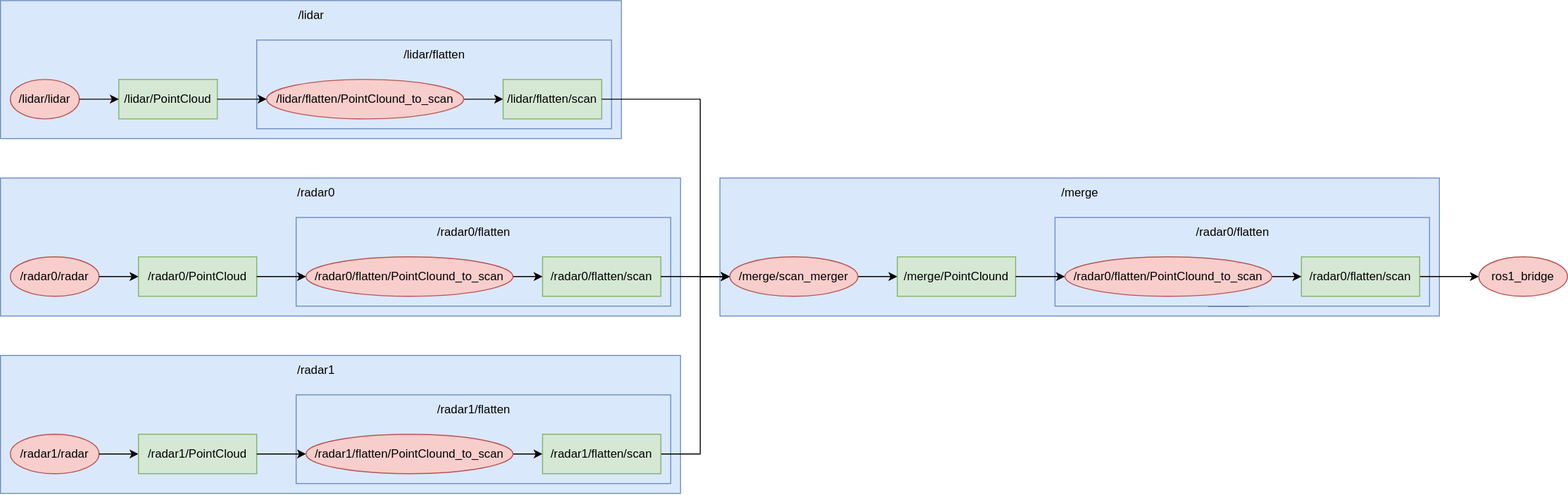
didriknr/Master-thesis-Didrik-Robsrud keeps this draw.io diagram as Figures/draw.io/sipleRqtRos1.drawio.svg. Above is the earlier version. Source tidied: cells renumbered, new cells last; positions are measured from the earlier drawing's top-left corner, leaving out a move shared by most shapes.
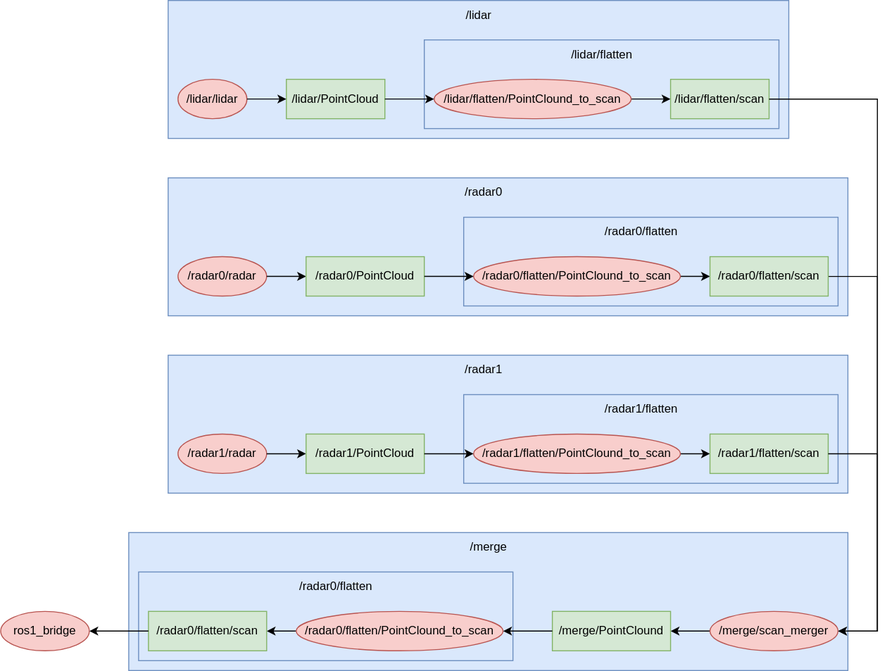
The same diagram one commit later.

Change to the diagram source:
```diff
@@ -2,9 +2,6 @@
   <root>
     <mxCell id="0" />
     <mxCell id="1" parent="0" />
-    <mxCell id="2" style="rounded=0;whiteSpace=wrap;html=1;fillColor=#dae8fc;strokeColor=#6c8ebf;align=center;" parent="1" vertex="1">
-      <mxGeometry x="730" y="180" width="730" height="140" as="geometry" />
-    </mxCell>
     <mxCell id="3" style="rounded=0;whiteSpace=wrap;html=1;fillColor=#dae8fc;strokeColor=#6c8ebf;align=center;" parent="1" vertex="1">
       <mxGeometry y="180" width="690" height="140" as="geometry" />
     </mxCell>
@@ -71,6 +68,14 @@
     <mxCell id="24" value="/radar0/flatten/PointClound_to_scan" style="ellipse;whiteSpace=wrap;html=1;fillColor=#f8cecc;strokeColor=#b85450;" parent="1" vertex="1">
       <mxGeometry x="310" y="260" width="210" height="40" as="geometry" />
     </mxCell>
+    <mxCell id="40" style="edgeStyle=orthogonalEdgeStyle;rounded=0;jettySize=auto;html=1;entryX=1;entryY=0.5;entryDx=0;entryDy=0;" parent="1" edge="1" source="25" target="44">
+      <mxGeometry relative="1" as="geometry">
+        <Array as="points">
+          <mxPoint x="720" y="280" />
+          <mxPoint x="720" y="640" />
+        </Array>
+      </mxGeometry>
+    </mxCell>
     <mxCell id="25" value="/radar0/flatten/scan" style="rounded=0;whiteSpace=wrap;html=1;fillColor=#d5e8d4;strokeColor=#82b366;" parent="1" vertex="1">
       <mxGeometry x="550" y="260" width="120" height="40" as="geometry" />
     </mxCell>
@@ -104,14 +109,6 @@
     <mxCell id="35" value="/radar1/flatten/PointClound_to_scan" style="ellipse;whiteSpace=wrap;html=1;fillColor=#f8cecc;strokeColor=#b85450;" parent="1" vertex="1">
       <mxGeometry x="310" y="440" width="210" height="40" as="geometry" />
     </mxCell>
-    <mxCell id="36" style="edgeStyle=orthogonalEdgeStyle;rounded=0;jettySize=auto;html=1;entryX=0;entryY=0.5;entryDx=0;entryDy=0;" parent="1" edge="1" source="37" target="44">
-      <mxGeometry relative="1" as="geometry">
-        <Array as="points">
-          <mxPoint x="710" y="460" />
-          <mxPoint x="710" y="280" />
-        </Array>
-      </mxGeometry>
-    </mxCell>
     <mxCell id="37" value="/radar1/flatten/scan" style="rounded=0;whiteSpace=wrap;html=1;fillColor=#d5e8d4;strokeColor=#82b366;" parent="1" vertex="1">
       <mxGeometry x="550" y="440" width="120" height="40" as="geometry" />
     </mxCell>
@@ -121,55 +118,67 @@
     <mxCell id="39" style="edgeStyle=orthogonalEdgeStyle;rounded=0;jettySize=auto;html=1;entryX=0;entryY=0.5;entryDx=0;entryDy=0;" parent="1" edge="1" source="32" target="35">
       <mxGeometry relative="1" as="geometry" />
     </mxCell>
-    <mxCell id="40" style="edgeStyle=orthogonalEdgeStyle;rounded=0;jettySize=auto;html=1;" parent="1" edge="1" source="25" target="44">
-      <mxGeometry relative="1" as="geometry" />
-    </mxCell>
-    <mxCell id="41" style="edgeStyle=orthogonalEdgeStyle;rounded=0;jettySize=auto;html=1;entryX=0;entryY=0.5;entryDx=0;entryDy=0;" parent="1" edge="1" source="12" target="44">
-      <mxGeometry relative="1" as="geometry">
-        <Array as="points">
-          <mxPoint x="710" y="100" />
-          <mxPoint x="710" y="280" />
-        </Array>
-      </mxGeometry>
-    </mxCell>
+    <mxCell id="55" style="group;direction=east;flipH=1;" parent="1" vertex="1">
+      <mxGeometry x="-170" y="540" width="860" height="140" as="geometry" />
+    </mxCell>
+    <mxCell id="2" style="rounded=0;whiteSpace=wrap;html=1;fillColor=#dae8fc;strokeColor=#6c8ebf;align=center;direction=east;" parent="55" vertex="1">
+      <mxGeometry x="130" width="730" height="140" as="geometry" />
+    </mxCell>
-    <mxCell id="42" value="/merge" style="text;html=1;align=center;verticalAlign=middle;strokeColor=none;fillColor=none;" parent="1" vertex="1">
-      <mxGeometry x="1065" y="180" width="60" height="30" as="geometry" />
+    <mxCell id="42" value="/merge" style="text;html=1;align=center;verticalAlign=middle;strokeColor=none;fillColor=none;" parent="55" vertex="1">
+      <mxGeometry x="465" width="60" height="30" as="geometry" />
     </mxCell>
-    <mxCell id="43" style="edgeStyle=orthogonalEdgeStyle;rounded=0;jettySize=auto;html=1;exitX=1;exitY=0.5;exitDx=0;exitDy=0;entryX=0;entryY=0.5;entryDx=0;entryDy=0;" parent="1" edge="1" source="44" target="45">
+    <mxCell id="43" style="edgeStyle=orthogonalEdgeStyle;rounded=0;jettySize=auto;html=1;" parent="55" edge="1" source="44" target="45">
       <mxGeometry relative="1" as="geometry" />
     </mxCell>
-    <mxCell id="44" value="/merge/scan_merger" style="ellipse;whiteSpace=wrap;html=1;fillColor=#f8cecc;strokeColor=#b85450;" parent="1" vertex="1">
-      <mxGeometry x="740" y="260" width="130" height="40" as="geometry" />
+    <mxCell id="44" value="/merge/scan_merger" style="ellipse;whiteSpace=wrap;html=1;fillColor=#f8cecc;strokeColor=#b85450;direction=east;" parent="55" vertex="1">
+      <mxGeometry x="720" y="80" width="130" height="40" as="geometry" />
     </mxCell>
-    <mxCell id="45" value="/merge/PointClound" style="rounded=0;whiteSpace=wrap;html=1;fillColor=#d5e8d4;strokeColor=#82b366;" parent="1" vertex="1">
-      <mxGeometry x="910" y="260" width="120" height="40" as="geometry" />
+    <mxCell id="45" value="/merge/PointClound" style="rounded=0;whiteSpace=wrap;html=1;fillColor=#d5e8d4;strokeColor=#82b366;direction=east;" parent="55" vertex="1">
+      <mxGeometry x="560" y="80" width="120" height="40" as="geometry" />
     </mxCell>
-    <mxCell id="46" style="rounded=0;whiteSpace=wrap;html=1;" parent="1" vertex="1">
-      <mxGeometry x="1226" y="270" width="40" height="40" as="geometry" />
+    <mxCell id="46" style="rounded=0;whiteSpace=wrap;html=1;direction=east;" parent="55" vertex="1">
+      <mxGeometry x="324" y="90" width="40" height="40" as="geometry" />
     </mxCell>
-    <mxCell id="47" style="rounded=0;whiteSpace=wrap;html=1;fillColor=#dae8fc;strokeColor=#6c8ebf;align=center;" parent="1" vertex="1">
-      <mxGeometry x="1070" y="220" width="380" height="90" as="geometry" />
+    <mxCell id="47" style="rounded=0;whiteSpace=wrap;html=1;fillColor=#dae8fc;strokeColor=#6c8ebf;align=center;direction=east;" parent="55" vertex="1">
+      <mxGeometry x="140" y="40" width="380" height="90" as="geometry" />
     </mxCell>
-    <mxCell id="48" style="edgeStyle=orthogonalEdgeStyle;rounded=0;jettySize=auto;html=1;exitX=1;exitY=0.5;exitDx=0;exitDy=0;entryX=0;entryY=0.5;entryDx=0;entryDy=0;" parent="1" edge="1" source="49" target="51">
+    <mxCell id="48" style="edgeStyle=orthogonalEdgeStyle;rounded=0;jettySize=auto;html=1;exitX=0;exitY=0.5;exitDx=0;exitDy=0;entryX=1;entryY=0.5;entryDx=0;entryDy=0;" parent="55" edge="1" source="49" target="51">
       <mxGeometry relative="1" as="geometry" />
     </mxCell>
-    <mxCell id="49" value="/radar0/flatten/PointClound_to_scan" style="ellipse;whiteSpace=wrap;html=1;fillColor=#f8cecc;strokeColor=#b85450;" parent="1" vertex="1">
-      <mxGeometry x="1080" y="260" width="210" height="40" as="geometry" />
+    <mxCell id="49" value="/radar0/flatten/PointClound_to_scan" style="ellipse;whiteSpace=wrap;html=1;fillColor=#f8cecc;strokeColor=#b85450;direction=east;" parent="55" vertex="1">
+      <mxGeometry x="300" y="80" width="210" height="40" as="geometry" />
     </mxCell>
-    <mxCell id="50" style="edgeStyle=orthogonalEdgeStyle;rounded=0;jettySize=auto;html=1;" parent="1" edge="1" source="51" target="54">
-      <mxGeometry relative="1" as="geometry" />
-    </mxCell>
-    <mxCell id="51" value="/radar0/flatten/scan" style="rounded=0;whiteSpace=wrap;html=1;fillColor=#d5e8d4;strokeColor=#82b366;" parent="1" vertex="1">
-      <mxGeometry x="1320" y="260" width="120" height="40" as="geometry" />
+    <mxCell id="51" value="/radar0/flatten/scan" style="rounded=0;whiteSpace=wrap;html=1;fillColor=#d5e8d4;strokeColor=#82b366;direction=east;" parent="55" vertex="1">
+      <mxGeometry x="150" y="80" width="120" height="40" as="geometry" />
     </mxCell>
-    <mxCell id="52" value="/radar0/flatten" style="text;html=1;align=center;verticalAlign=middle;strokeColor=none;fillColor=none;" parent="1" vertex="1">
-      <mxGeometry x="1200" y="220" width="100" height="30" as="geometry" />
+    <mxCell id="52" value="/radar0/flatten" style="text;html=1;align=center;verticalAlign=middle;strokeColor=none;fillColor=none;" parent="55" vertex="1">
+      <mxGeometry x="290" y="40" width="100" height="30" as="geometry" />
     </mxCell>
+    <mxCell id="54" value="ros1_bridge" style="ellipse;whiteSpace=wrap;html=1;fillColor=#f8cecc;strokeColor=#b85450;direction=east;" parent="55" vertex="1">
+      <mxGeometry y="80" width="90" height="40" as="geometry" />
+    </mxCell>
+    <mxCell id="50" style="edgeStyle=orthogonalEdgeStyle;rounded=0;jettySize=auto;html=1;" parent="55" edge="1" source="51" target="54">
+      <mxGeometry relative="1" as="geometry" />
+    </mxCell>
-    <mxCell id="53" style="edgeStyle=orthogonalEdgeStyle;rounded=0;jettySize=auto;html=1;entryX=0;entryY=0.5;entryDx=0;entryDy=0;" parent="1" edge="1" source="45" target="49">
+    <mxCell id="53" style="edgeStyle=orthogonalEdgeStyle;rounded=0;jettySize=auto;html=1;" parent="55" edge="1" source="45" target="49">
       <mxGeometry relative="1" as="geometry" />
     </mxCell>
-    <mxCell id="54" value="ros1_bridge" style="ellipse;whiteSpace=wrap;html=1;fillColor=#f8cecc;strokeColor=#b85450;" parent="1" vertex="1">
-      <mxGeometry x="1500" y="260" width="90" height="40" as="geometry" />
-    </mxCell>
+    <mxCell id="36" style="edgeStyle=orthogonalEdgeStyle;rounded=0;jettySize=auto;html=1;entryX=1;entryY=0.5;entryDx=0;entryDy=0;" parent="1" edge="1" source="37" target="44">
+      <mxGeometry relative="1" as="geometry">
+        <Array as="points">
+          <mxPoint x="720" y="460" />
+          <mxPoint x="720" y="640" />
+        </Array>
+      </mxGeometry>
+    </mxCell>
+    <mxCell id="56" style="edgeStyle=orthogonalEdgeStyle;rounded=0;jettySize=auto;html=1;" parent="1" edge="1" source="12">
+      <mxGeometry relative="1" as="geometry">
+        <mxPoint x="680" y="640" as="targetPoint" />
+        <Array as="points">
+          <mxPoint x="720" y="100" />
+          <mxPoint x="720" y="640" />
+        </Array>
+      </mxGeometry>
+    </mxCell>
   </root>
 </mxGraphModel>
```
